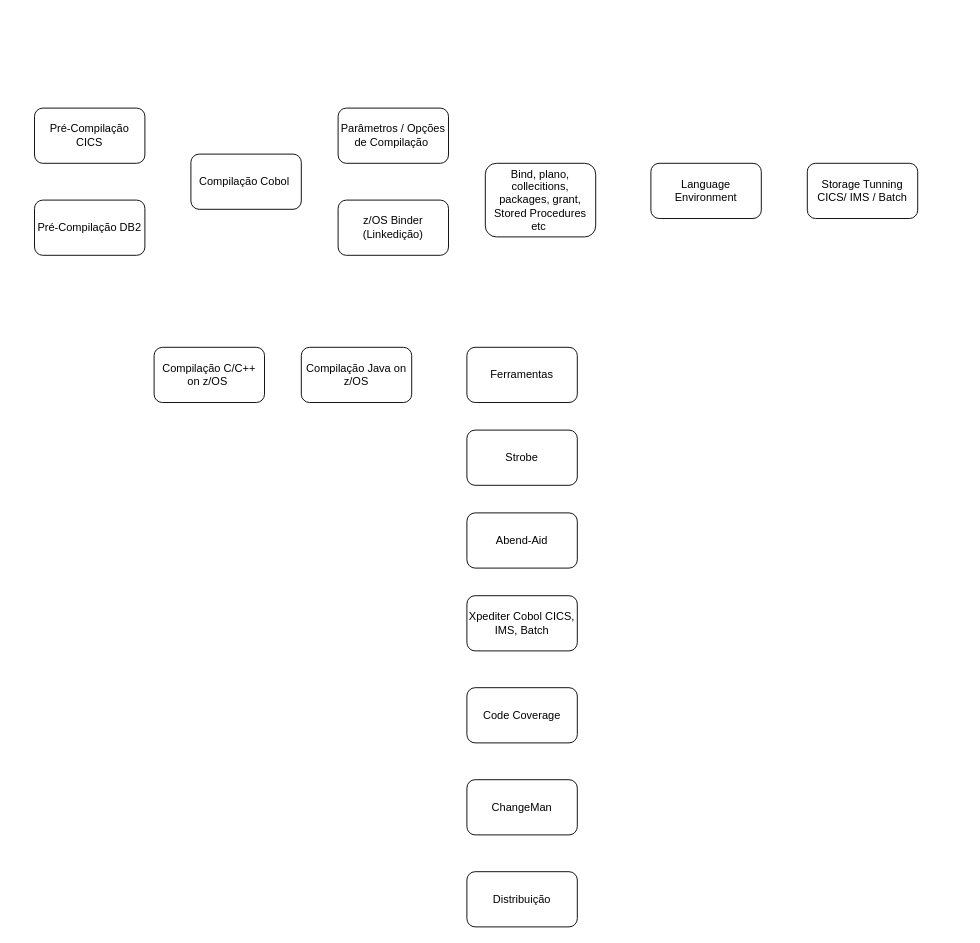
This is Untitled Diagram.drawio from dcelias/mainframe-things, a draw.io file, before an edit. Source tidied: cells renumbered, new cells numbered last; positions are measured from the earlier drawing's top-left corner, leaving out a move shared by most shapes. Both pictures are drawn from the tidied source at 92%, with x=0, y=0 at pixel (34, 108).
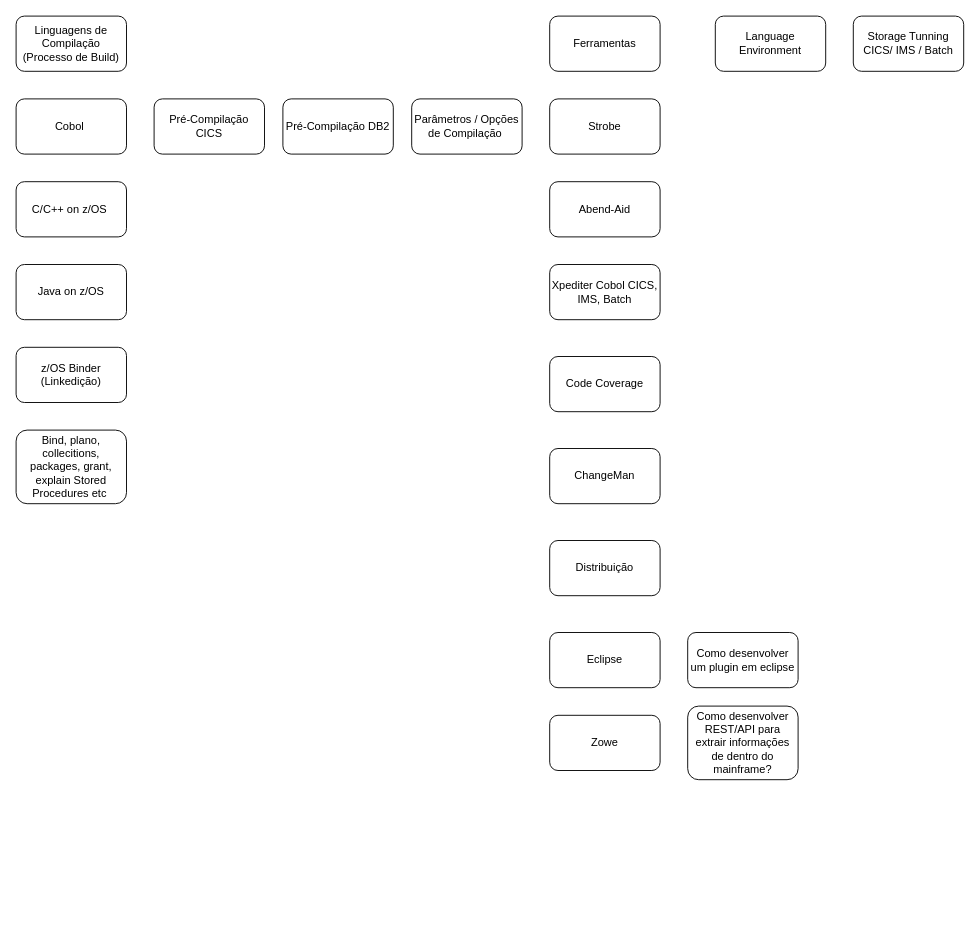
The same page after the edit.

Change to the diagram source:
```diff
@@
-    <mxCell id="2" value="Compilação Cobol&amp;nbsp;" style="rounded=1;whiteSpace=wrap;html=1;" parent="1" vertex="1">
-      <mxGeometry x="170" y="50" width="120" height="60" as="geometry" />
+    <mxCell id="2" value="Cobol&amp;nbsp;" style="rounded=1;whiteSpace=wrap;html=1;" parent="1" vertex="1">
+      <mxGeometry x="-20" y="-10" width="120" height="60" as="geometry" />
     </mxCell>
     <mxCell id="3" value="Parâmetros / Opções de Compilação&amp;nbsp;" style="rounded=1;whiteSpace=wrap;html=1;" parent="1" vertex="1">
-      <mxGeometry x="330" width="120" height="60" as="geometry" />
+      <mxGeometry x="410" y="-10" width="120" height="60" as="geometry" />
     </mxCell>
     <mxCell id="4" value="z/OS Binder (Linkedição)" style="rounded=1;whiteSpace=wrap;html=1;" parent="1" vertex="1">
-      <mxGeometry x="330" y="100" width="120" height="60" as="geometry" />
+      <mxGeometry x="-20" y="260" width="120" height="60" as="geometry" />
     </mxCell>
-    <mxCell id="5" value="Compilação C/C++ on z/OS&amp;nbsp;" style="rounded=1;whiteSpace=wrap;html=1;" parent="1" vertex="1">
-      <mxGeometry x="130" y="260" width="120" height="60" as="geometry" />
+    <mxCell id="5" value="C/C++ on z/OS&amp;nbsp;" style="rounded=1;whiteSpace=wrap;html=1;" parent="1" vertex="1">
+      <mxGeometry x="-20" y="80" width="120" height="60" as="geometry" />
     </mxCell>
-    <mxCell id="6" value="Compilação Java on z/OS" style="rounded=1;whiteSpace=wrap;html=1;" parent="1" vertex="1">
-      <mxGeometry x="290" y="260" width="120" height="60" as="geometry" />
+    <mxCell id="6" value="Java on z/OS" style="rounded=1;whiteSpace=wrap;html=1;" parent="1" vertex="1">
+      <mxGeometry x="-20" y="170" width="120" height="60" as="geometry" />
     </mxCell>
     <mxCell id="7" value="Pré-Compilação CICS" style="rounded=1;whiteSpace=wrap;html=1;" parent="1" vertex="1">
-      <mxGeometry width="120" height="60" as="geometry" />
+      <mxGeometry x="130" y="-10" width="120" height="60" as="geometry" />
     </mxCell>
     <mxCell id="8" value="Pré-Compilação DB2" style="rounded=1;whiteSpace=wrap;html=1;" parent="1" vertex="1">
-      <mxGeometry y="100" width="120" height="60" as="geometry" />
+      <mxGeometry x="270" y="-10" width="120" height="60" as="geometry" />
     </mxCell>
-    <mxCell id="9" value="Bind, plano, collecitions, packages, grant, Stored Procedures etc&amp;nbsp;" style="rounded=1;whiteSpace=wrap;html=1;" parent="1" vertex="1">
-      <mxGeometry x="490" y="60" width="120" height="80" as="geometry" />
+    <mxCell id="9" value="Bind, plano, collecitions, packages, grant, explain Stored Procedures etc&amp;nbsp;" style="rounded=1;whiteSpace=wrap;html=1;" parent="1" vertex="1">
+      <mxGeometry x="-20" y="350" width="120" height="80" as="geometry" />
     </mxCell>
     <mxCell id="10" value="Language Environment" style="rounded=1;whiteSpace=wrap;html=1;" parent="1" vertex="1">
-      <mxGeometry x="670" y="60" width="120" height="60" as="geometry" />
+      <mxGeometry x="740" y="-100" width="120" height="60" as="geometry" />
     </mxCell>
     <mxCell id="11" value="Storage Tunning CICS/ IMS / Batch" style="rounded=1;whiteSpace=wrap;html=1;" parent="1" vertex="1">
-      <mxGeometry x="840" y="60" width="120" height="60" as="geometry" />
+      <mxGeometry x="890" y="-100" width="120" height="60" as="geometry" />
     </mxCell>
     <mxCell id="12" value="Ferramentas" style="rounded=1;whiteSpace=wrap;html=1;" parent="1" vertex="1">
-      <mxGeometry x="470" y="260" width="120" height="60" as="geometry" />
+      <mxGeometry x="560" y="-100" width="120" height="60" as="geometry" />
     </mxCell>
     <mxCell id="13" value="Strobe" style="rounded=1;whiteSpace=wrap;html=1;" parent="1" vertex="1">
-      <mxGeometry x="470" y="350" width="120" height="60" as="geometry" />
+      <mxGeometry x="560" y="-10" width="120" height="60" as="geometry" />
     </mxCell>
     <mxCell id="14" value="Abend-Aid" style="rounded=1;whiteSpace=wrap;html=1;" parent="1" vertex="1">
-      <mxGeometry x="470" y="440" width="120" height="60" as="geometry" />
+      <mxGeometry x="560" y="80" width="120" height="60" as="geometry" />
     </mxCell>
     <mxCell id="15" value="Xpediter Cobol CICS, IMS, Batch" style="rounded=1;whiteSpace=wrap;html=1;" parent="1" vertex="1">
-      <mxGeometry x="470" y="530" width="120" height="60" as="geometry" />
+      <mxGeometry x="560" y="170" width="120" height="60" as="geometry" />
     </mxCell>
     <mxCell id="16" value="Code Coverage" style="rounded=1;whiteSpace=wrap;html=1;" parent="1" vertex="1">
-      <mxGeometry x="470" y="630" width="120" height="60" as="geometry" />
+      <mxGeometry x="560" y="270" width="120" height="60" as="geometry" />
     </mxCell>
     <mxCell id="17" value="ChangeMan" style="rounded=1;whiteSpace=wrap;html=1;" parent="1" vertex="1">
-      <mxGeometry x="470" y="730" width="120" height="60" as="geometry" />
+      <mxGeometry x="560" y="370" width="120" height="60" as="geometry" />
     </mxCell>
     <mxCell id="18" value="Distribuição" style="rounded=1;whiteSpace=wrap;html=1;" parent="1" vertex="1">
-      <mxGeometry x="470" y="830" width="120" height="60" as="geometry" />
+      <mxGeometry x="560" y="470" width="120" height="60" as="geometry" />
     </mxCell>
+    <mxCell id="19" value="Eclipse" style="rounded=1;whiteSpace=wrap;html=1;" parent="1" vertex="1">
+      <mxGeometry x="560" y="570" width="120" height="60" as="geometry" />
+    </mxCell>
+    <mxCell id="20" value="Como desenvolver um plugin em eclipse" style="rounded=1;whiteSpace=wrap;html=1;" parent="1" vertex="1">
+      <mxGeometry x="710" y="570" width="120" height="60" as="geometry" />
+    </mxCell>
+    <mxCell id="21" value="Como desenvolver REST/API para extrair informações de dentro do mainframe?" style="rounded=1;whiteSpace=wrap;html=1;" parent="1" vertex="1">
+      <mxGeometry x="710" y="650" width="120" height="80" as="geometry" />
+    </mxCell>
+    <mxCell id="22" value="Zowe" style="rounded=1;whiteSpace=wrap;html=1;" parent="1" vertex="1">
+      <mxGeometry x="560" y="660" width="120" height="60" as="geometry" />
+    </mxCell>
+    <mxCell id="23" value="Linguagens de Compilação (Processo de Build)" style="rounded=1;whiteSpace=wrap;html=1;" parent="1" vertex="1">
+      <mxGeometry x="-20" y="-100" width="120" height="60" as="geometry" />
+    </mxCell>
```
